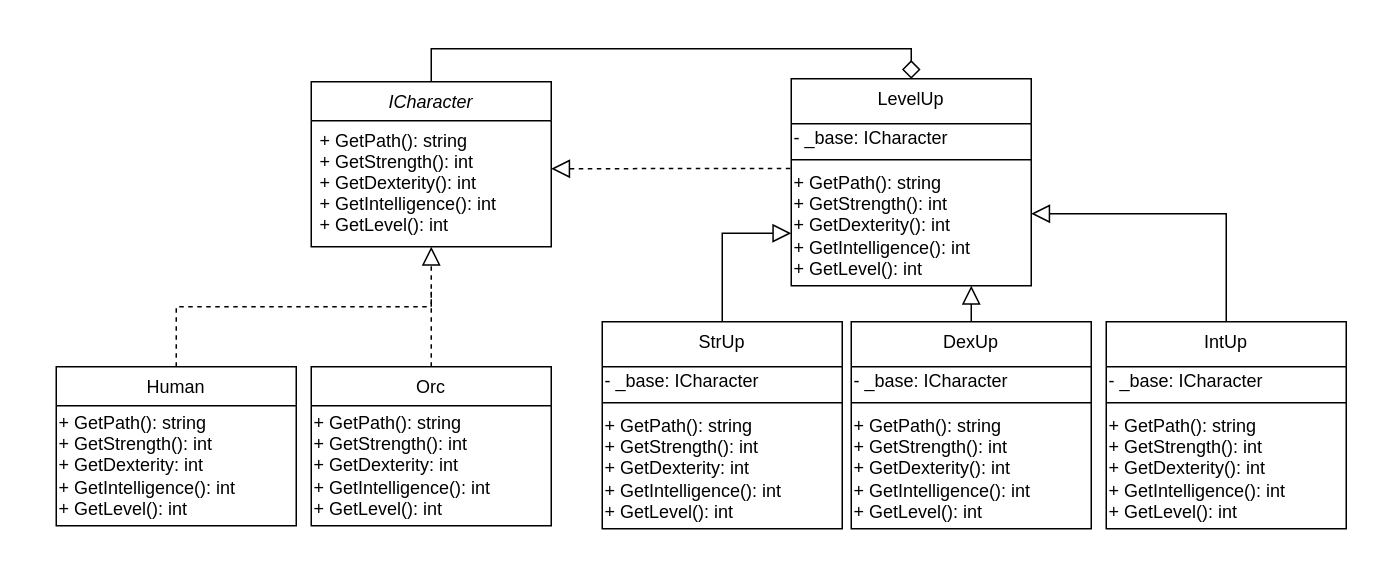
Before: Diagrams/Class Diagram.drawio in DaloonOfDoom/E21SWD_Assignment, a draw.io diagram. Source tidied: cells renumbered, new cells numbered last; positions are measured from the earlier drawing's top-left corner, leaving out a move shared by most shapes. Both pictures are drawn from the tidied source at 150%, with x=0, y=0 at pixel (56, 78).
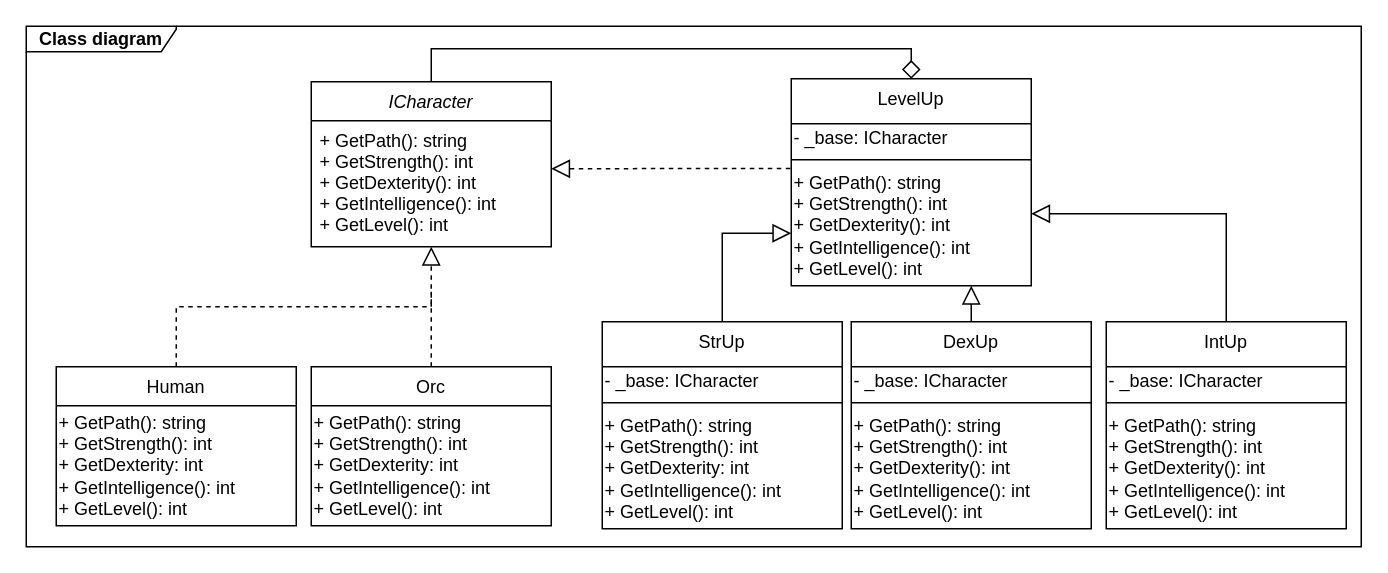
After the change.

Change to the diagram source:
```diff
@@
+    <mxCell id="31" value="Class diagram" style="shape=umlFrame;whiteSpace=wrap;html=1;width=100;height=17;fontStyle=1;" parent="1" vertex="1">
+      <mxGeometry x="-20" y="-35" width="890" height="347" as="geometry" />
+    </mxCell>
```
